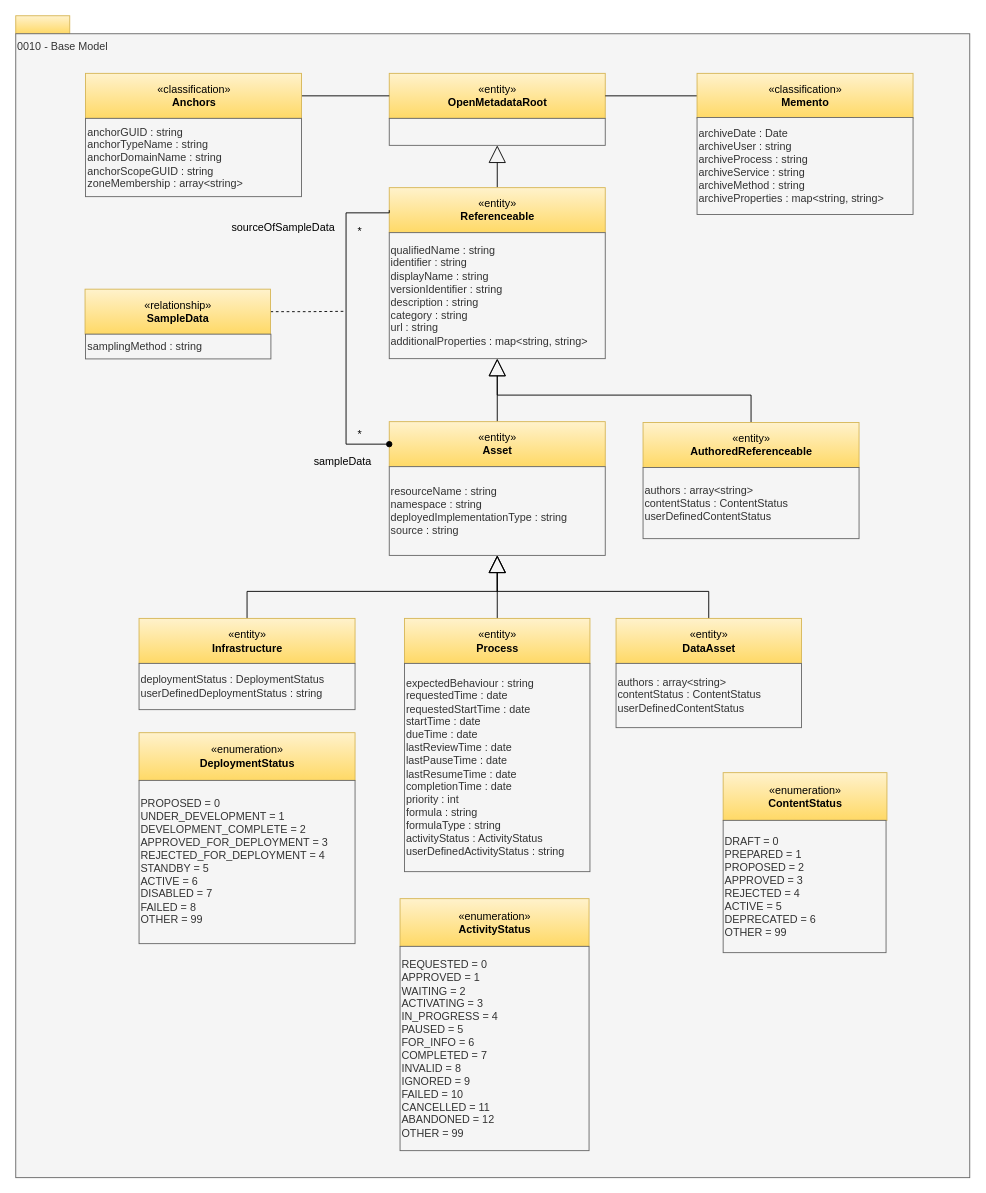
Above: page "0010-Base-Model" (4 of 32) of site/docs/types/0/area-0-basic-types-and-infrastructure.drawio in odpi/egeria-docs (draw.io), before the change. Source tidied: cells renumbered, new cells numbered last; positions are measured from the earlier drawing's top-left corner, leaving out a move shared by most shapes. Both pictures are drawn from the tidied source at 90%, with x=0, y=0 at pixel (15, 15).
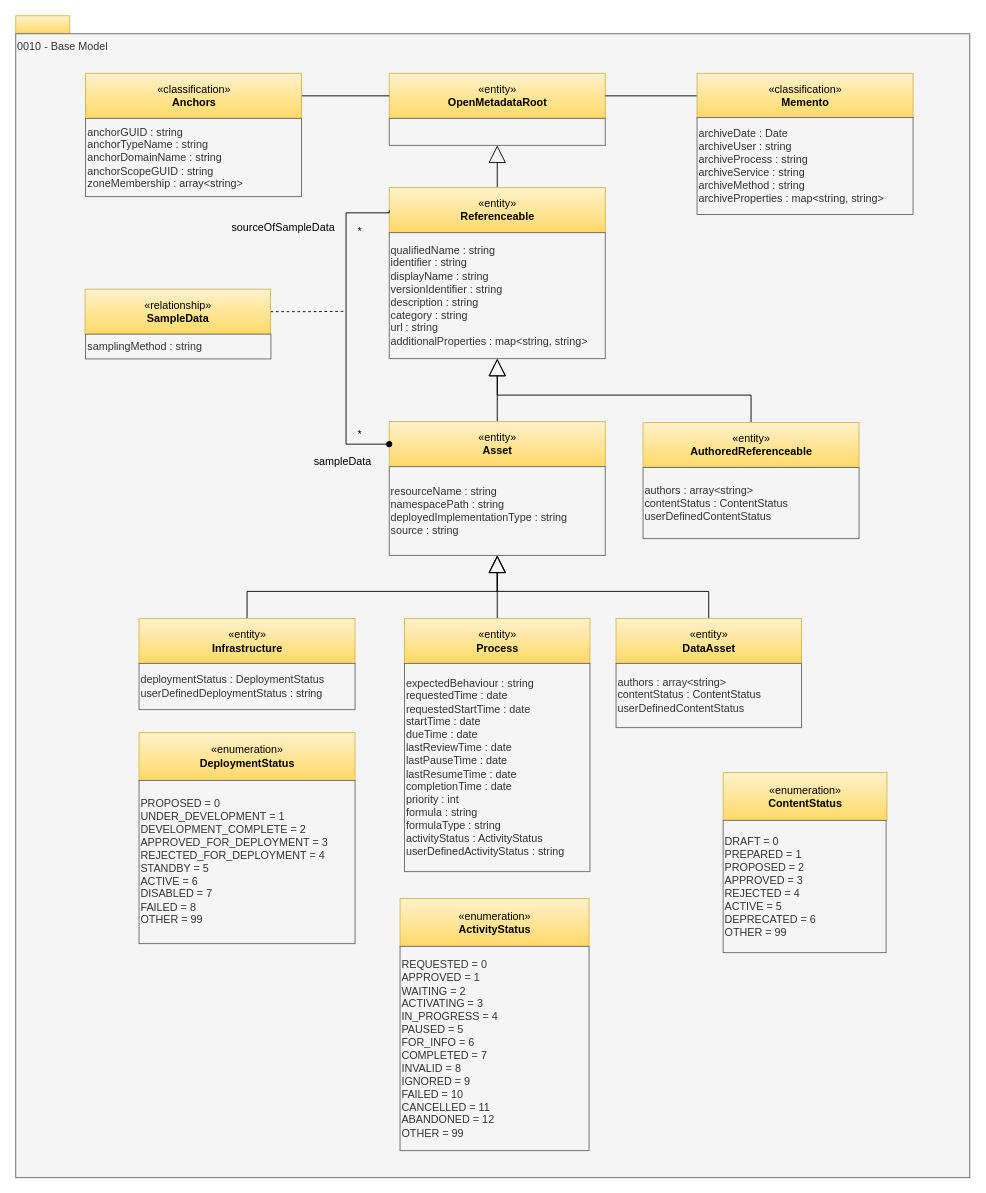
The same page after the edit.

Change to the diagram source:
```diff
@@
-    <mxCell id="11" value="&lt;div&gt;resourceName : string&lt;br&gt;&lt;div&gt;namespace : string&lt;/div&gt;deployedImplementationType : string&lt;br&gt;&lt;div style=&quot;text-align: left&quot;&gt;&lt;/div&gt;&lt;/div&gt;&lt;div&gt;&lt;span style=&quot;background-color: transparent; color: light-dark(rgb(51, 51, 51), rgb(193, 193, 193));&quot;&gt;source : strin&lt;/span&gt;&lt;span style=&quot;background-color: transparent; color: light-dark(rgb(51, 51, 51), rgb(193, 193, 193));&quot;&gt;g&lt;/span&gt;&lt;/div&gt;" style="rounded=0;whiteSpace=wrap;html=1;strokeColor=#666666;align=left;fillColor=#f5f5f5;fontColor=#333333;" parent="1" vertex="1">
+    <mxCell id="11" value="&lt;div&gt;resourceName : string&lt;br&gt;&lt;div&gt;namespacePath : string&lt;/div&gt;deployedImplementationType : string&lt;br&gt;&lt;div style=&quot;text-align: left&quot;&gt;&lt;/div&gt;&lt;/div&gt;&lt;div&gt;&lt;span style=&quot;background-color: transparent; color: light-dark(rgb(51, 51, 51), rgb(193, 193, 193));&quot;&gt;source : strin&lt;/span&gt;&lt;span style=&quot;background-color: transparent; color: light-dark(rgb(51, 51, 51), rgb(193, 193, 193));&quot;&gt;g&lt;/span&gt;&lt;/div&gt;" style="rounded=0;whiteSpace=wrap;html=1;strokeColor=#666666;align=left;fillColor=#f5f5f5;fontColor=#333333;" parent="1" vertex="1">
       <mxGeometry x="415" y="501" width="240" height="98.6" as="geometry" />
     </mxCell>
```
